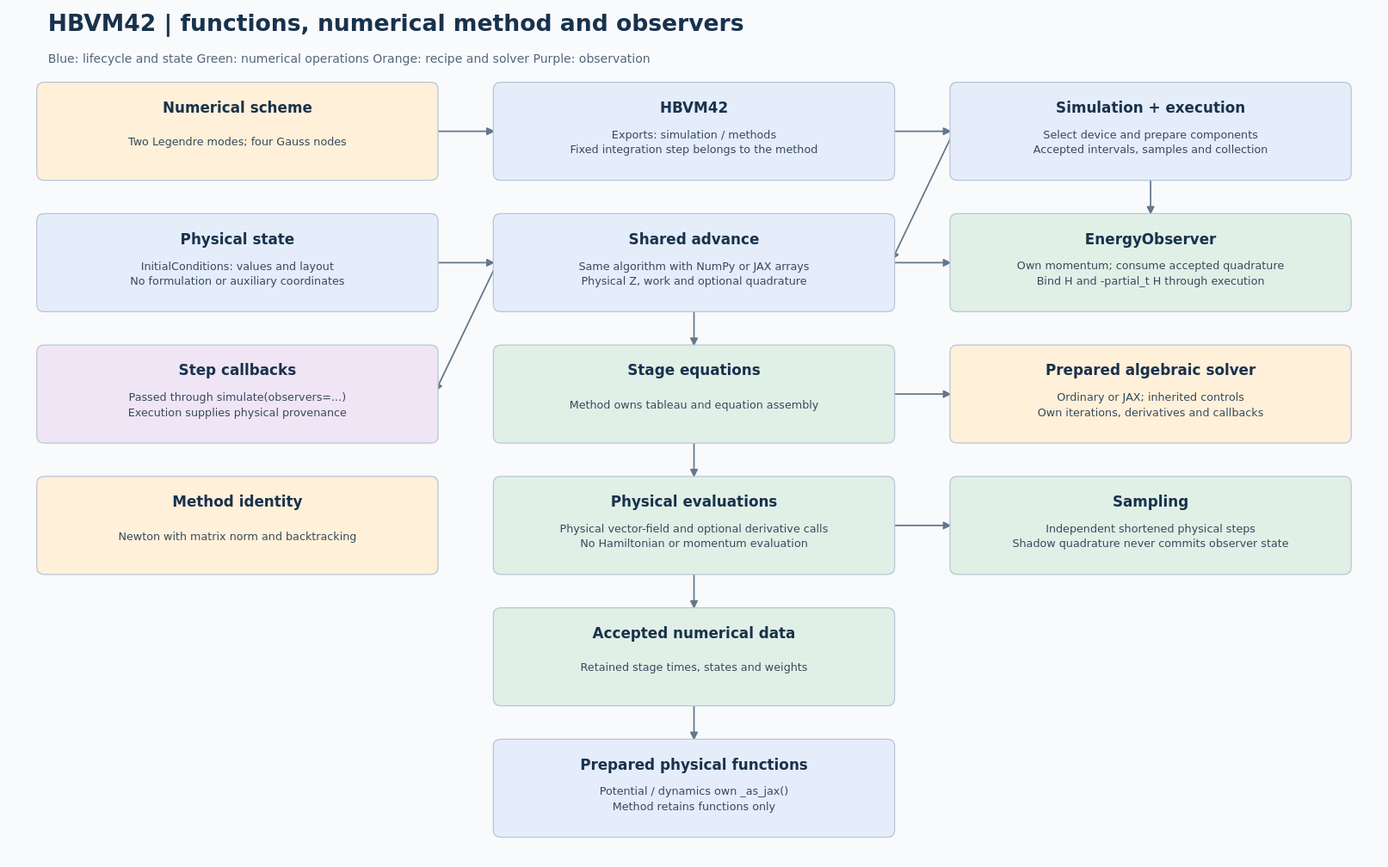
Above: docs/models/hbvm42/simulation/hbvm42-simulation-architecture.svg in Jugibe-52/GC2D_intranet (PlantUML), before the change. Its source is kept beside it as docs/models/hbvm42/simulation/hbvm42-simulation-architecture.puml.
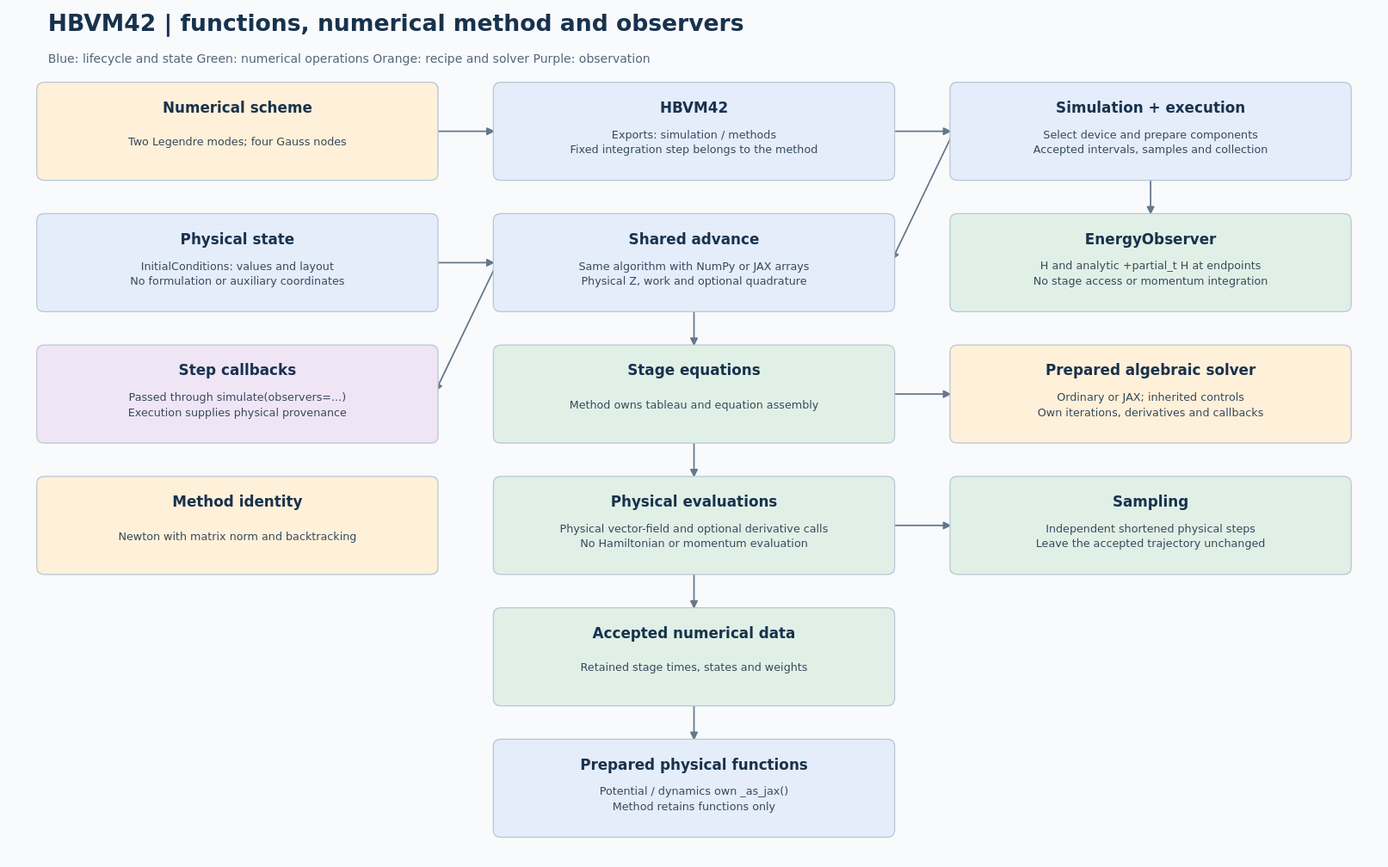
Later version of the same file.

The edit, as a diff of the source:
```diff
@@ -7,13 +7,13 @@
   driver [label="Simulation + execution\nSelect device and prepare components\nAccepted intervals, samples and collection", fillcolor="#e5ecfa"];
   state [label="Physical state\nInitialConditions: values and layout\nNo formulation or auxiliary coordinates", fillcolor="#e5ecfa"];
   advance [label="Shared advance\nSame algorithm with NumPy or JAX arrays\nPhysical Z, work and optional quadrature", fillcolor="#e5ecfa"];
-  energy [label="EnergyObserver\nOwn momentum; consume accepted quadrature\nBind H and -partial_t H through execution", fillcolor="#e1f0e6"];
+  energy [label="EnergyObserver\nH and analytic +partial_t H at endpoints\nNo stage access or momentum integration", fillcolor="#e1f0e6"];
   observe [label="Step callbacks\nPassed through simulate(observers=...)\nExecution supplies physical provenance", fillcolor="#f0e5f5"];
   projection [label="Stage equations\nMethod owns tableau and equation assembly", fillcolor="#e1f0e6"];
   solver [label="Prepared algebraic solver\nOrdinary or JAX; inherited controls\nOwn iterations, derivatives and callbacks", fillcolor="#fff0d9"];
   placement [label="Method identity\nNewton with matrix norm and backtracking", fillcolor="#fff0d9"];
   compose [label="Physical evaluations\nPhysical vector-field and optional derivative calls\nNo Hamiltonian or momentum evaluation", fillcolor="#e1f0e6"];
-  tangent [label="Sampling\nIndependent shortened physical steps\nShadow quadrature never commits observer state", fillcolor="#e1f0e6"];
+  tangent [label="Sampling\nIndependent shortened physical steps\nLeave the accepted trajectory unchanged", fillcolor="#e1f0e6"];
   maps [label="Accepted numerical data\nRetained stage times, states and weights", fillcolor="#e1f0e6"];
   dynamics [label="Prepared physical functions\nPotential / dynamics own _as_jax()\nMethod retains functions only", fillcolor="#e5ecfa"];
   recipe -> method;
@@ -22,7 +22,6 @@
   state -> advance;
   advance -> projection;
   driver -> energy;
-  advance -> energy;
   advance -> observe;
   projection -> compose;
   projection -> solver;
```
